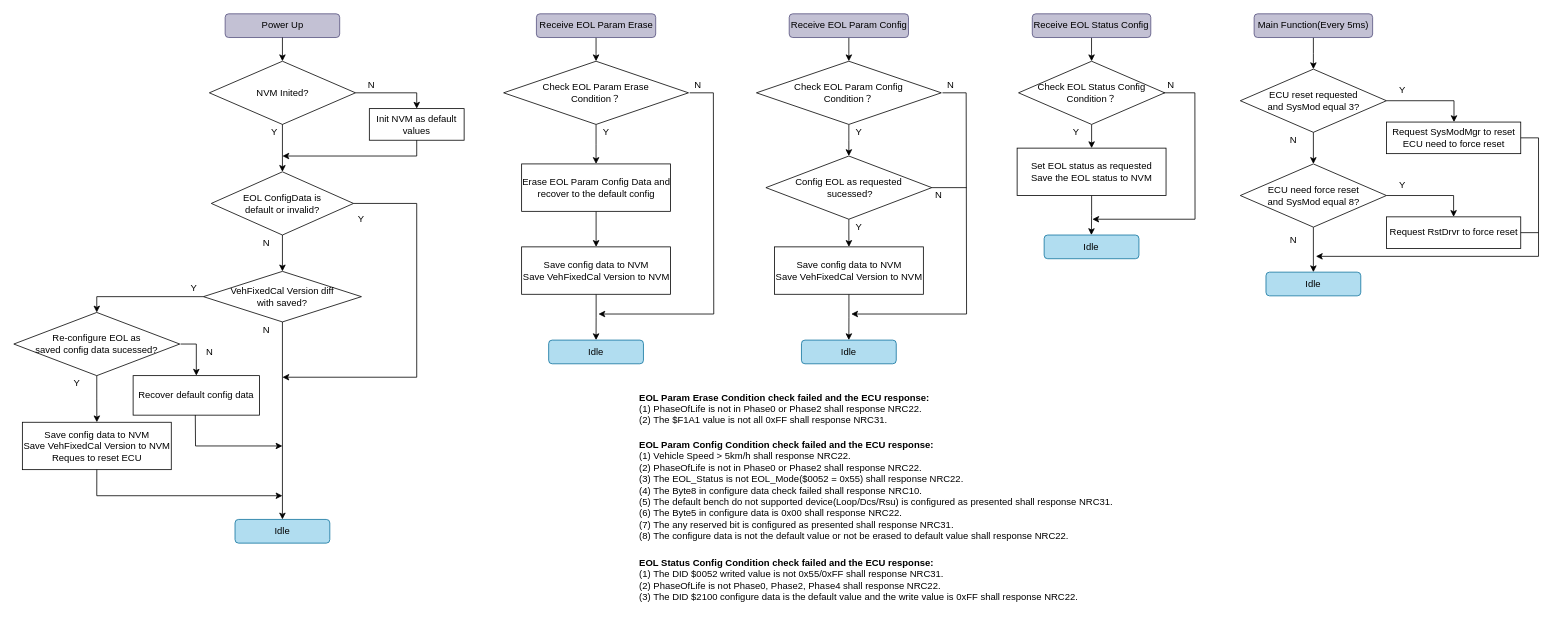
Before: BYD_MR.drawio in woshitanwang/pics_procdure, a draw.io diagram. Source tidied: cells renumbered, new cells numbered last; positions are measured from the earlier drawing's top-left corner, leaving out a move shared by most shapes. Both pictures are drawn from the tidied source at 79%, with x=0, y=0 at pixel (13, 13).
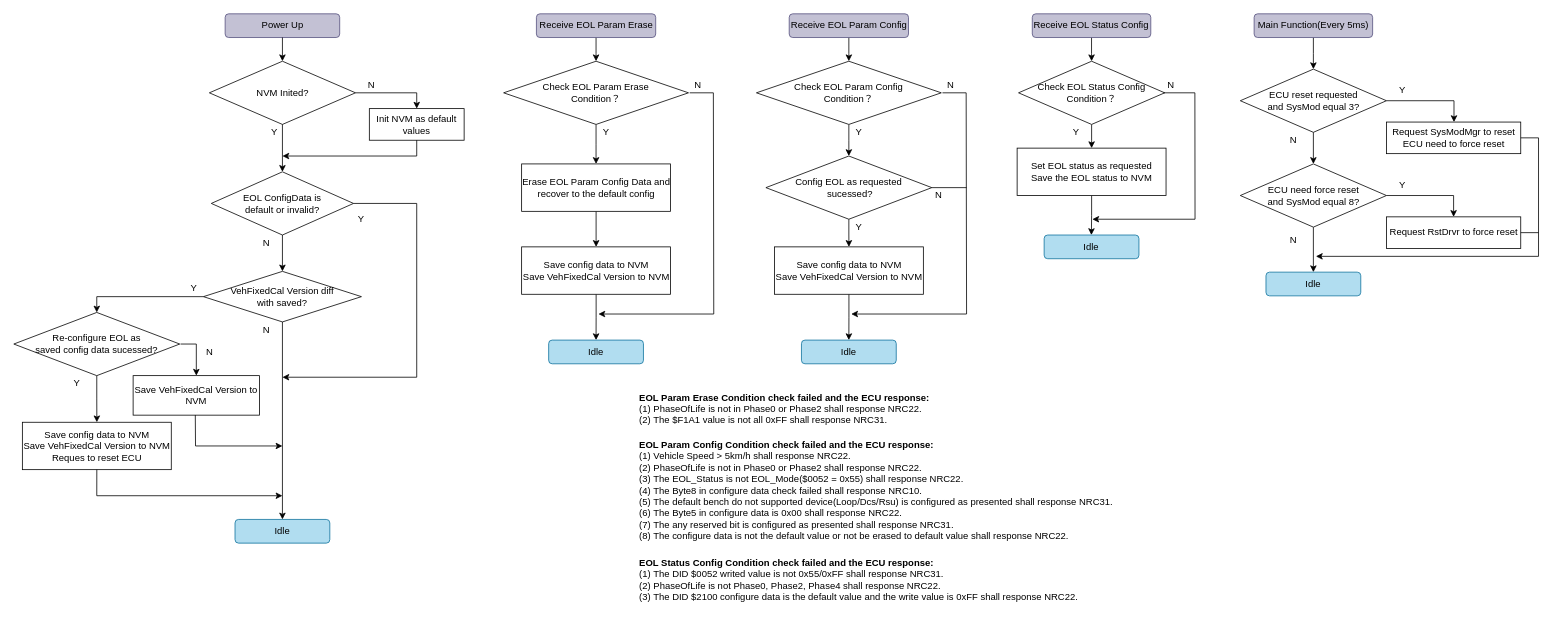
After the change.

Change to the diagram source:
```diff
@@
-    <mxCell id="13" value="&lt;div&gt;&lt;span&gt;Recover default config data&lt;/span&gt;&lt;/div&gt;" style="rounded=0;whiteSpace=wrap;html=1;fillColor=#FFFFFF;align=center;" parent="1" vertex="1">
+    <mxCell id="13" value="Save VehFixedCal Version to NVM" style="rounded=0;whiteSpace=wrap;html=1;fillColor=#FFFFFF;align=center;" parent="1" vertex="1">
       <mxGeometry x="151" y="458" width="160" height="50" as="geometry" />
     </mxCell>
```
